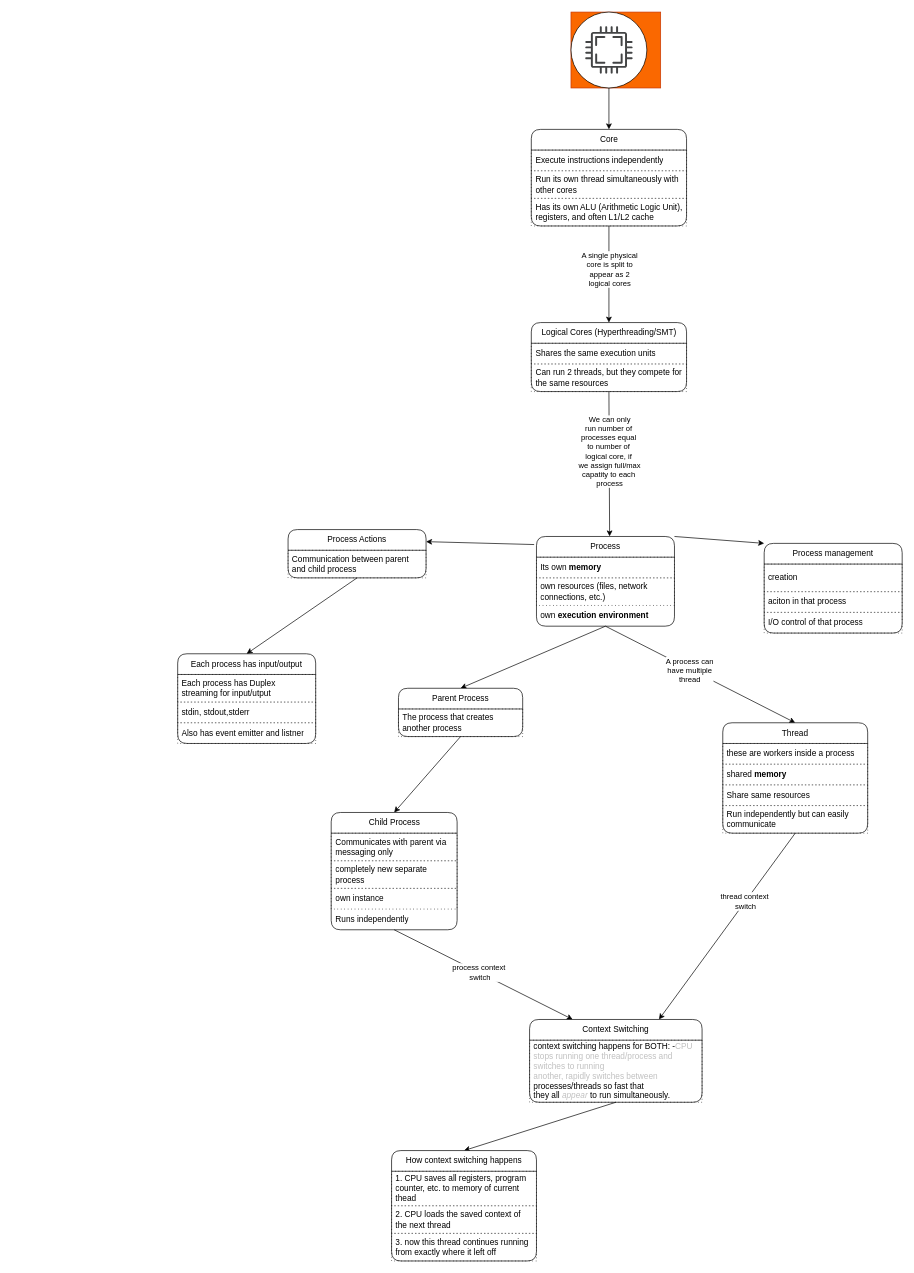
Above: os/cpu/cpu.dio in knkrn5/Programming-Concepts (draw.io), before the change. Source tidied: cells renumbered, new cells numbered last; positions are measured from the earlier drawing's top-left corner, leaving out a move shared by most shapes. Both pictures are drawn from the tidied source at 69%, with x=0, y=0 at pixel (177, 12).
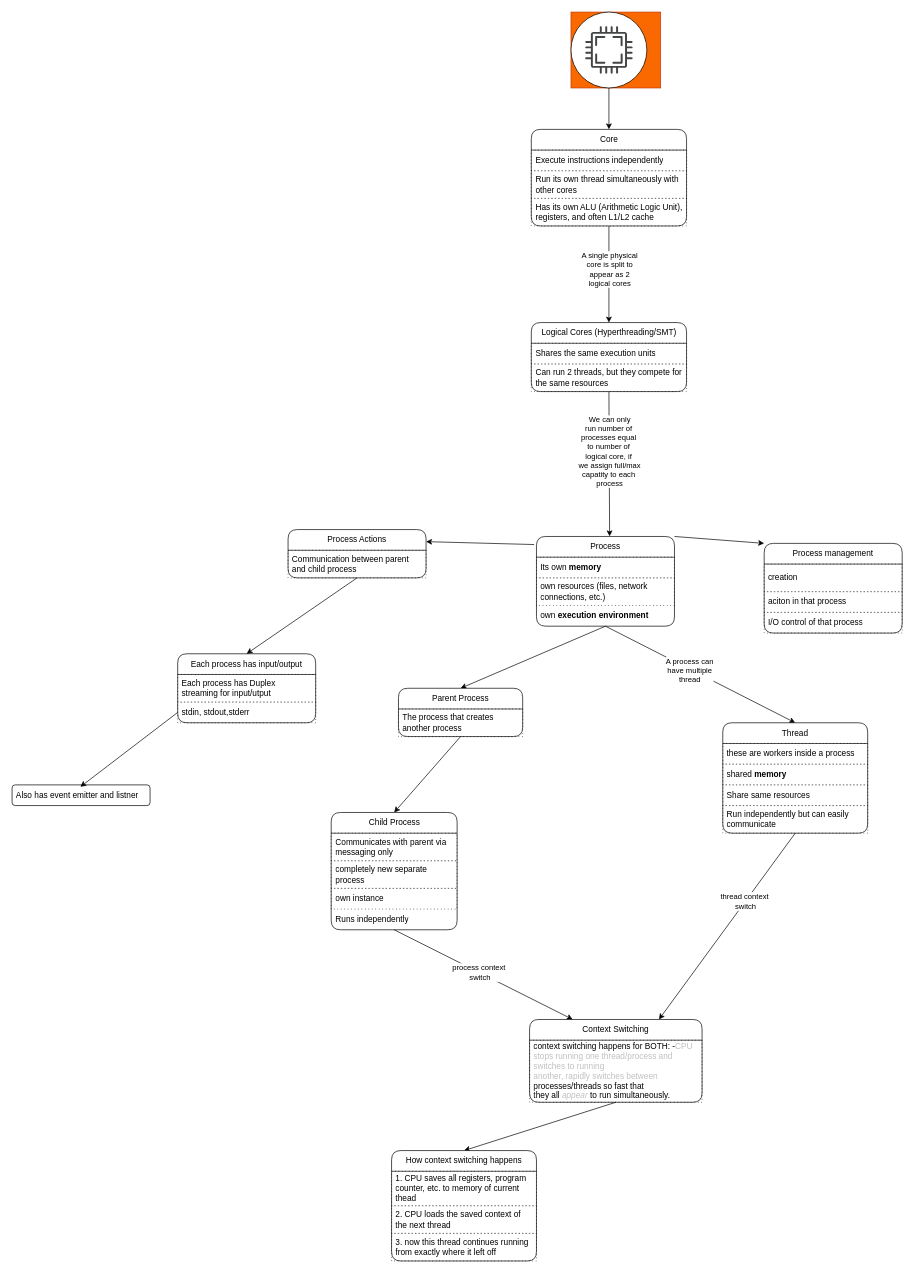
The same page after the edit.

The change refers to these unchanged cells:
```xml
<mxCell id="21" value="stdin, stdout,stderr" style="text;strokeColor=default;fillColor=none;align=left;verticalAlign=middle;spacingLeft=4;spacingRight=4;overflow=hidden;points=[[0,0.5],[1,0.5]];portConstraint=eastwest;whiteSpace=wrap;html=1;dashed=1;dashPattern=1 4;" parent="19" vertex="1">
  <mxGeometry y="70" width="200" height="30" as="geometry" />
</mxCell>
```

Change to the diagram source:
```diff
@@
     <mxCell id="19" value="Each process has input/output" style="swimlane;fontStyle=0;horizontal=1;startSize=30;whiteSpace=wrap;html=1;rounded=1;" parent="1" vertex="1">
-      <mxGeometry y="930" width="200" height="130" as="geometry" />
+      <mxGeometry y="930" width="200" height="100" as="geometry" />
     </mxCell>
@@
-    <mxCell id="22" value="Also has event emitter and listner" style="text;strokeColor=default;fillColor=none;align=left;verticalAlign=middle;spacingLeft=4;spacingRight=4;overflow=hidden;points=[[0,0.5],[1,0.5]];portConstraint=eastwest;whiteSpace=wrap;html=1;dashed=1;dashPattern=1 4;" parent="19" vertex="1">
-      <mxGeometry y="100" width="200" height="30" as="geometry" />
-    </mxCell>
@@
+    <mxCell id="22" value="Also has event emitter and listner" style="text;strokeColor=default;fillColor=none;align=left;verticalAlign=middle;spacingLeft=4;spacingRight=4;overflow=hidden;points=[[0,0.5],[1,0.5]];portConstraint=eastwest;whiteSpace=wrap;html=1;rounded=1;" parent="1" vertex="1">
+      <mxGeometry x="-240" y="1120" width="200" height="30" as="geometry" />
+    </mxCell>
+    <mxCell id="61" style="edgeStyle=none;html=1;exitX=0;exitY=0.5;exitDx=0;exitDy=0;entryX=0.495;entryY=0.094;entryDx=0;entryDy=0;entryPerimeter=0;" parent="1" edge="1" source="21" target="22">
+      <mxGeometry relative="1" as="geometry" />
+    </mxCell>
```
